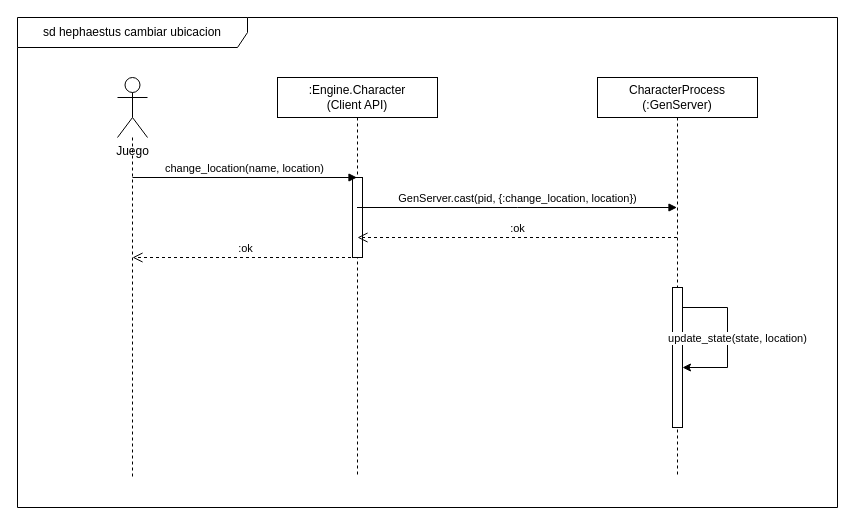
Earlier version of the draw.io diagram document/tex_files/mainmatter/chapter_5/images/design_engine/secuence_diagrams/change_location.drawio (ThAlsay/Hephaestus). Source tidied: cells renumbered, new cells numbered last; positions are measured from the earlier drawing's top-left corner, leaving out a move shared by most shapes. Both pictures are drawn from the tidied source at 100%, with x=0, y=0 at pixel (17, 17).
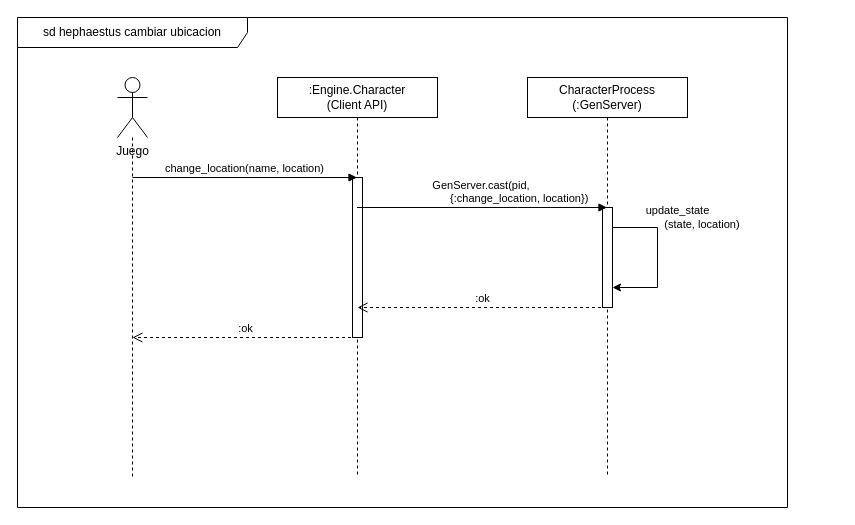
After the change.

Unchanged cells that the change refers to:
```xml
<mxCell id="4" value=":Engine.Character&#10;(Client API)" style="shape=umlLifeline;perimeter=lifelinePerimeter;whiteSpace=wrap;html=1;outlineConnect=0;" parent="1" vertex="1">
  <mxGeometry x="260" y="60" width="160" height="400" as="geometry" />
</mxCell>
```

What changed in the source:
```diff
@@
     <mxCell id="5" style="html=1;perimeter=orthogonalPerimeter;" parent="4" vertex="1">
-      <mxGeometry x="75" y="100" width="10" height="80" as="geometry" />
+      <mxGeometry x="75" y="100" width="10" height="160" as="geometry" />
     </mxCell>
     <mxCell id="6" value="CharacterProcess&#10;(:GenServer)" style="shape=umlLifeline;perimeter=lifelinePerimeter;whiteSpace=wrap;html=1;outlineConnect=0;" parent="1" vertex="1">
-      <mxGeometry x="580" y="60" width="160" height="400" as="geometry" />
+      <mxGeometry x="510" y="60" width="160" height="400" as="geometry" />
     </mxCell>
     <mxCell id="7" style="html=1;points=[];perimeter=orthogonalPerimeter;" parent="6" vertex="1">
-      <mxGeometry x="75" y="210" width="10" height="140" as="geometry" />
+      <mxGeometry x="75" y="130" width="10" height="100" as="geometry" />
     </mxCell>
-    <mxCell id="8" value="update_state(state, location)" style="edgeStyle=orthogonalEdgeStyle;rounded=0;orthogonalLoop=1;jettySize=auto;html=1;curved=0;" parent="6" edge="1" source="7" target="7">
-      <mxGeometry x="0.01" y="10" relative="1" as="geometry">
+    <mxCell id="8" value="update_state&lt;div&gt;&lt;span style=&quot;white-space: pre;&quot;&gt;&#9;&lt;/span&gt;&lt;span style=&quot;white-space: pre;&quot;&gt;&#9;&lt;/span&gt;(state, location)&lt;/div&gt;" style="edgeStyle=orthogonalEdgeStyle;rounded=0;orthogonalLoop=1;jettySize=auto;html=1;curved=0;labelBackgroundColor=none;" parent="6" edge="1" source="7" target="7">
+      <mxGeometry x="-0.4" y="22" relative="1" as="geometry">
         <Array as="points">
-          <mxPoint x="130" y="230" />
-          <mxPoint x="130" y="290" />
+          <mxPoint x="130" y="150" />
+          <mxPoint x="130" y="210" />
         </Array>
+        <mxPoint x="-2" y="-10" as="offset" />
       </mxGeometry>
     </mxCell>
-    <mxCell id="9" value="change_location(name, location)" style="html=1;verticalAlign=bottom;endArrow=block;edgeStyle=elbowEdgeStyle;elbow=vertical;curved=0;rounded=0;" parent="1" edge="1" target="4">
+    <mxCell id="9" value="change_location(name, location)" style="html=1;verticalAlign=bottom;endArrow=block;edgeStyle=elbowEdgeStyle;elbow=vertical;curved=0;rounded=0;labelBackgroundColor=none;" parent="1" edge="1" target="4">
       <mxGeometry relative="1" as="geometry">
         <mxPoint x="115" y="160" as="sourcePoint" />
       </mxGeometry>
     </mxCell>
-    <mxCell id="10" value="GenServer.cast(pid, {:change_location, location})" style="html=1;verticalAlign=bottom;endArrow=block;edgeStyle=elbowEdgeStyle;elbow=vertical;curved=0;rounded=0;" parent="1" edge="1" source="4" target="6">
+    <mxCell id="10" value="GenServer.cast(pid,&amp;nbsp;&lt;div&gt;&lt;span style=&quot;white-space: pre;&quot;&gt;&#9;&lt;/span&gt;&lt;span style=&quot;white-space: pre;&quot;&gt;&#9;&lt;/span&gt;&lt;span style=&quot;white-space: pre;&quot;&gt;&#9;&lt;/span&gt;{:change_location, location})&lt;/div&gt;" style="html=1;verticalAlign=bottom;endArrow=block;edgeStyle=elbowEdgeStyle;elbow=vertical;curved=0;rounded=0;labelBackgroundColor=none;" parent="1" edge="1" source="4" target="6">
       <mxGeometry relative="1" as="geometry">
         <Array as="points">
           <mxPoint x="500" y="190" />
         </Array>
       </mxGeometry>
     </mxCell>
-    <mxCell id="11" value=":ok" style="html=1;verticalAlign=bottom;endArrow=open;dashed=1;endSize=8;edgeStyle=elbowEdgeStyle;elbow=vertical;curved=0;rounded=0;" parent="1" edge="1" source="6">
+    <mxCell id="11" value=":ok" style="html=1;verticalAlign=bottom;endArrow=open;dashed=1;endSize=8;edgeStyle=elbowEdgeStyle;elbow=vertical;curved=0;rounded=0;" parent="1" edge="1">
       <mxGeometry relative="1" as="geometry">
-        <mxPoint x="340" y="220" as="targetPoint" />
+        <mxPoint x="589.5" y="290" as="sourcePoint" />
+        <mxPoint x="340" y="290" as="targetPoint" />
         <Array as="points">
-          <mxPoint x="510" y="220" />
+          <mxPoint x="510" y="290" />
         </Array>
       </mxGeometry>
     </mxCell>
-    <mxCell id="12" value=":ok" style="html=1;verticalAlign=bottom;endArrow=open;dashed=1;endSize=8;edgeStyle=elbowEdgeStyle;elbow=vertical;curved=0;rounded=0;" parent="1" edge="1" source="4">
+    <mxCell id="12" value=":ok" style="html=1;verticalAlign=bottom;endArrow=open;dashed=1;endSize=8;edgeStyle=elbowEdgeStyle;elbow=vertical;curved=0;rounded=0;" parent="1" edge="1">
       <mxGeometry relative="1" as="geometry">
-        <mxPoint x="115" y="240" as="targetPoint" />
+        <mxPoint x="339.5" y="320" as="sourcePoint" />
+        <mxPoint x="115" y="320.1" as="targetPoint" />
       </mxGeometry>
     </mxCell>
     <mxCell id="13" value="sd hephaestus cambiar ubicacion" style="shape=umlFrame;whiteSpace=wrap;html=1;width=230;height=30;" parent="1" vertex="1">
-      <mxGeometry width="820" height="490" as="geometry" />
+      <mxGeometry width="770" height="490" as="geometry" />
     </mxCell>
```
